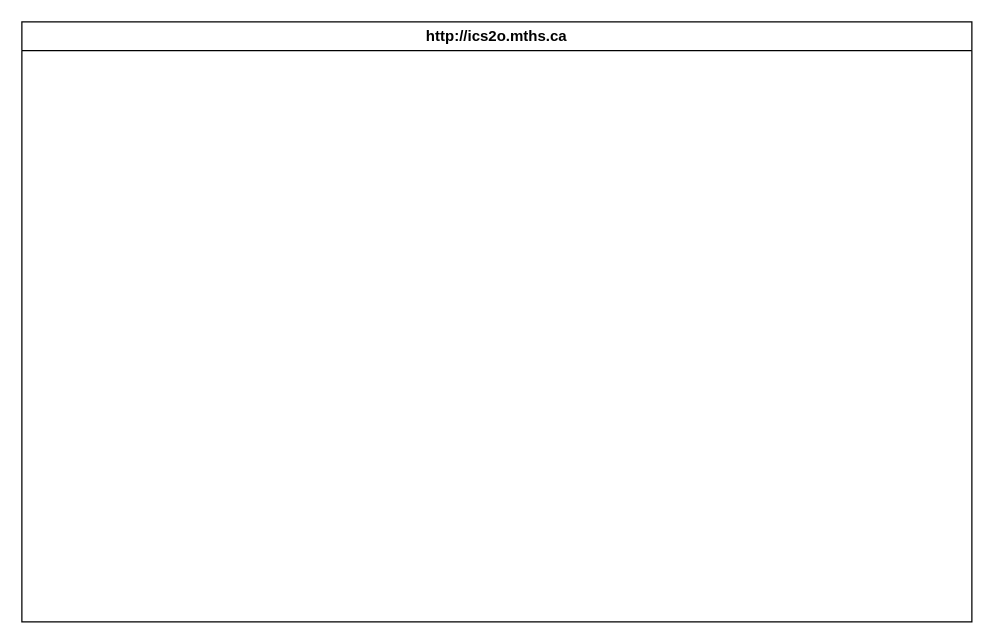
Earlier version of the draw.io diagram design/storyboard.drawio (MTHS-ICD2O-1-2023/ICD2O-Unit-3-03-George-Khalil-29). Source tidied: cells renumbered, new cells numbered last; positions are measured from the earlier drawing's top-left corner, leaving out a move shared by most shapes. Both pictures are drawn from the tidied source at 125%, with x=0, y=0 at pixel (21, 21). Pictures stored in the file or linked from it are replaced by grey dashed boxes.
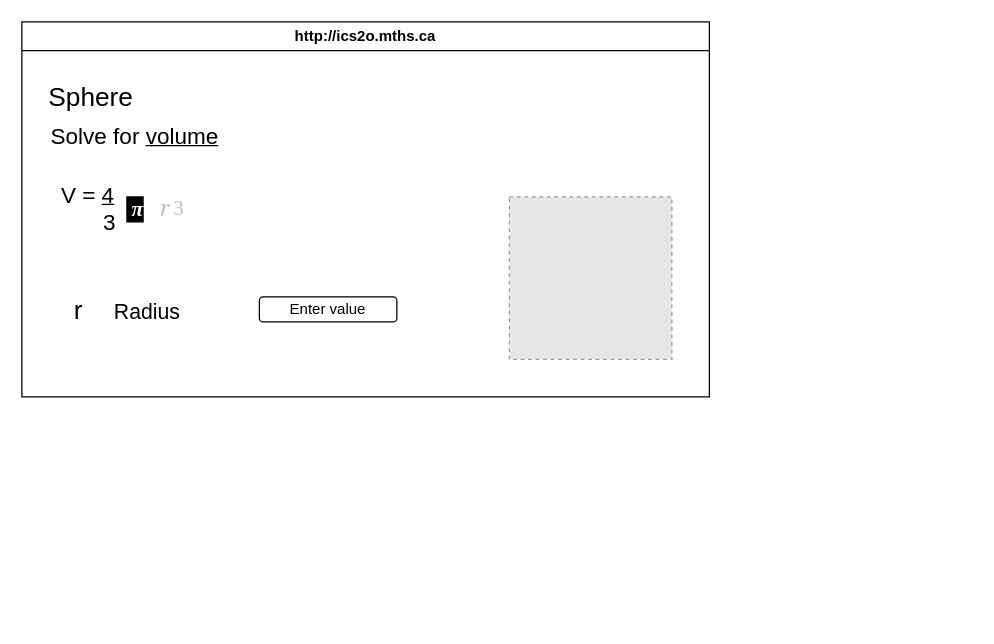
The same diagram, later.

The edit, as a diff of the source:
```diff
@@
 <mxGraphModel>
   <root>
     <mxCell id="0" />
     <mxCell id="1" parent="0" />
-    <mxCell id="2" value="http://ics2o.mths.ca" style="swimlane;whiteSpace=wrap;html=1;" parent="1" vertex="1">
-      <mxGeometry width="760" height="480" as="geometry" />
+    <mxCell id="2" value="http://ics2o.mths.ca" style="swimlane;whiteSpace=wrap;html=1;shadow=0;" parent="1" vertex="1">
+      <mxGeometry width="550" height="300" as="geometry" />
     </mxCell>
+    <mxCell id="3" style="fillColor=#E6E6E6;strokeColor=#999999;dashed=1;verticalLabelPosition=bottom;verticalAlign=top;" parent="2" vertex="1">
+      <mxGeometry x="390" y="140" width="130" height="130" as="geometry" />
+    </mxCell>
+    <mxCell id="4" value="Enter value" style="rounded=1;whiteSpace=wrap;html=1;shadow=0;" parent="2" vertex="1">
+      <mxGeometry x="190" y="220" width="110" height="20" as="geometry" />
+    </mxCell>
+    <mxCell id="5" value="&lt;font style=&quot;font-size: 21px;&quot;&gt;r&lt;/font&gt;" style="text;html=1;align=center;verticalAlign=middle;strokeColor=none;fillColor=none;shadow=0;" parent="2" vertex="1">
+      <mxGeometry x="30" y="210" width="30" height="40" as="geometry" />
+    </mxCell>
+    <mxCell id="6" value="&lt;font style=&quot;font-size: 17px;&quot;&gt;Radius&lt;/font&gt;" style="text;html=1;align=center;verticalAlign=middle;strokeColor=none;fillColor=none;fontSize=21;shadow=0;" parent="2" vertex="1">
+      <mxGeometry x="60" y="210" width="80" height="40" as="geometry" />
+    </mxCell>
+    <mxCell id="7" value="&lt;font style=&quot;font-size: 21px;&quot;&gt;Sphere&lt;/font&gt;" style="text;html=1;align=center;verticalAlign=middle;strokeColor=none;fillColor=none;fontSize=17;" parent="2" vertex="1">
+      <mxGeometry x="10" y="40" width="90" height="40" as="geometry" />
+    </mxCell>
+    <mxCell id="8" value="&lt;font style=&quot;font-size: 18px;&quot;&gt;Solve for &lt;u&gt;volume&lt;/u&gt;&lt;/font&gt;" style="text;html=1;align=center;verticalAlign=middle;strokeColor=none;fillColor=none;fontSize=21;shadow=0;" parent="2" vertex="1">
+      <mxGeometry x="10" y="70" width="160" height="40" as="geometry" />
+    </mxCell>
+    <mxCell id="9" value="V = &lt;u&gt;4&lt;/u&gt;&amp;nbsp;&lt;br&gt;&amp;nbsp; &amp;nbsp; &amp;nbsp; 3" style="text;html=1;align=center;verticalAlign=middle;strokeColor=none;fillColor=none;fontSize=18;shadow=0;strokeWidth=17;" parent="2" vertex="1">
+      <mxGeometry x="20" y="120" width="70" height="60" as="geometry" />
+    </mxCell>
+    <mxCell id="10" value="&lt;font style=&quot;font-size: 17px;&quot; color=&quot;#ffffff&quot;&gt;&lt;span style=&quot;font-family: sans-serif; text-align: start;&quot;&gt;&amp;nbsp;&lt;/span&gt;&lt;b style=&quot;font-family: sans-serif; text-align: start;&quot;&gt;&lt;span style=&quot;font-family: &amp;quot;Nimbus Roman No9 L&amp;quot;, &amp;quot;Times New Roman&amp;quot;, Times, serif; line-height: 1; font-variant-numeric: lining-nums tabular-nums; font-kerning: none; font-style: italic;&quot; class=&quot;texhtml mvar&quot;&gt;π&lt;/span&gt;&lt;/b&gt;&lt;/font&gt;" style="text;html=1;align=center;verticalAlign=middle;strokeColor=none;fillColor=none;fontSize=18;fontColor=#f8f2f2;shadow=0;labelBackgroundColor=#000000;strokeWidth=17;" parent="2" vertex="1">
+      <mxGeometry x="70" y="130" width="40" height="40" as="geometry" />
+    </mxCell>
+    <mxCell id="11" value="&lt;font style=&quot;font-size: 17px;&quot;&gt;&lt;div style=&quot;display: inline-block; position: relative; transition: color 0.05s ease-in-out 0s; margin: -4px; padding: 4px; font-style: italic; color: rgb(189, 193, 198); font-family: STIXGeneral, Georgia; text-align: start; cursor: pointer;&quot; role=&quot;link&quot; class=&quot;lr-fy-el lr-fy-eq-elem&quot;&gt;r&lt;/div&gt;&lt;div style=&quot;display: inline-block; position: relative; transition: color 0.05s ease-in-out 0s; font-family: STIXGeneral, Times, &amp;quot;Times New Roman&amp;quot;, serif; margin-left: 0.15em; vertical-align: top; color: rgb(189, 193, 198); text-align: start;&quot; class=&quot;lr-fy-ecv lr-fy-eq-elem&quot;&gt;3&lt;/div&gt;&lt;/font&gt;" style="text;html=1;align=center;verticalAlign=middle;strokeColor=none;fillColor=none;fontSize=18;fontColor=#FFFFFF;" parent="2" vertex="1">
+      <mxGeometry x="100" y="130" width="40" height="40" as="geometry" />
+    </mxCell>
   </root>
 </mxGraphModel>
```
